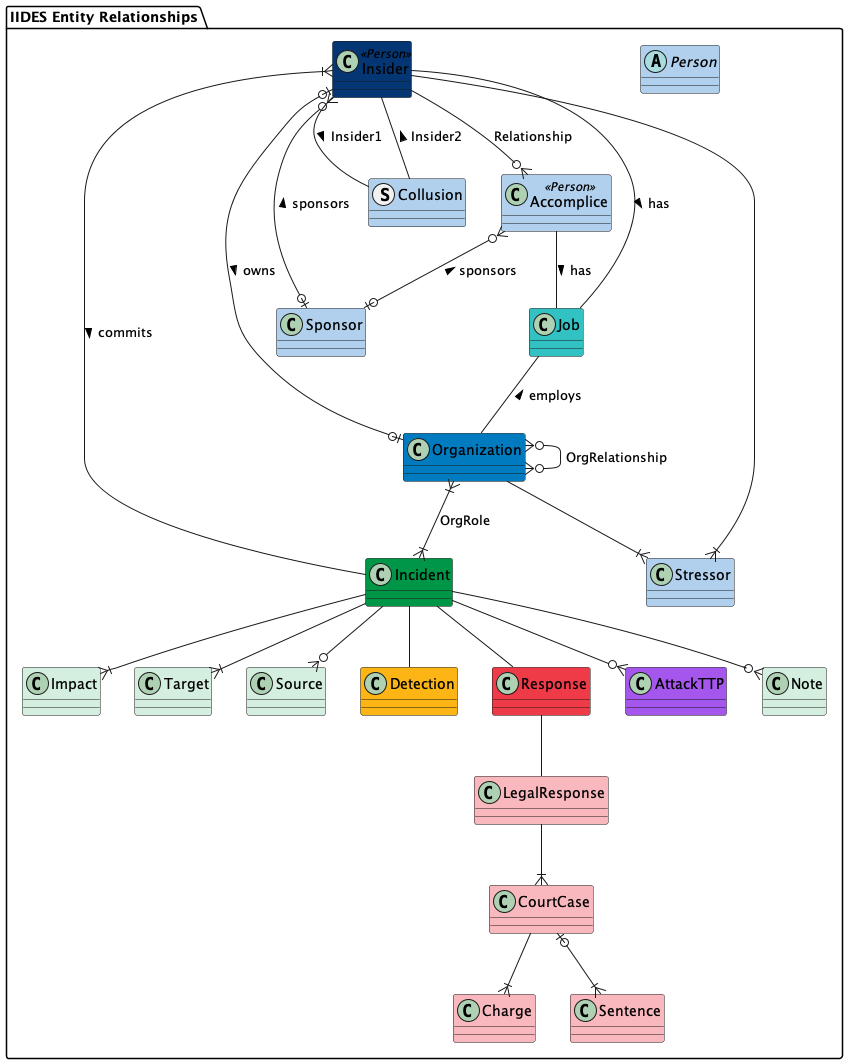
Above: UML/out/IIDES_Entity_Relationships.png in cmu-sei/iides (PlantUML), before the change.
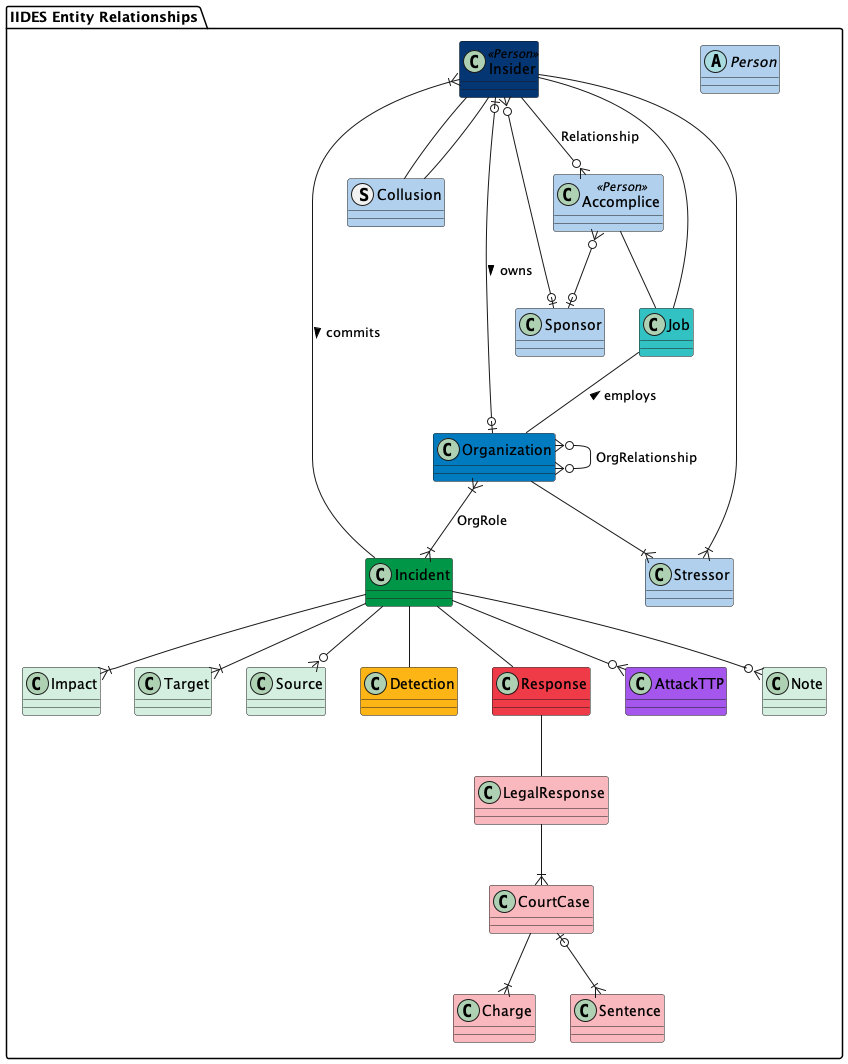
Above is the later version.

What changed in the source:
```diff
@@ -24,16 +24,16 @@
 
     Insider --o{ Accomplice : Relationship
     Incident --|{ Insider : commits <
-    Accomplice -- Job : has >
+    Accomplice -- Job
     Job -- Organization : employs <
-    Insider -- Job : has >
+    Insider -- Job
     Organization }|--|{ Incident : OrgRole
     Organization }o--o{ Organization : OrgRelationship
-    Insider }o--o| Sponsor : sponsors <
-    Accomplice }o--o| Sponsor : sponsors <
+    Insider }o--o| Sponsor
+    Accomplice }o--o| Sponsor
     Insider |o--o| Organization : owns >
-    Insider -- Collusion : Insider2 <
-    Collusion -- Insider : Insider1 <
+    Insider -- Collusion
+    Collusion -- Insider
     Incident --|{ Impact
     Incident --|{ Target
     Incident --o{ Source
```
